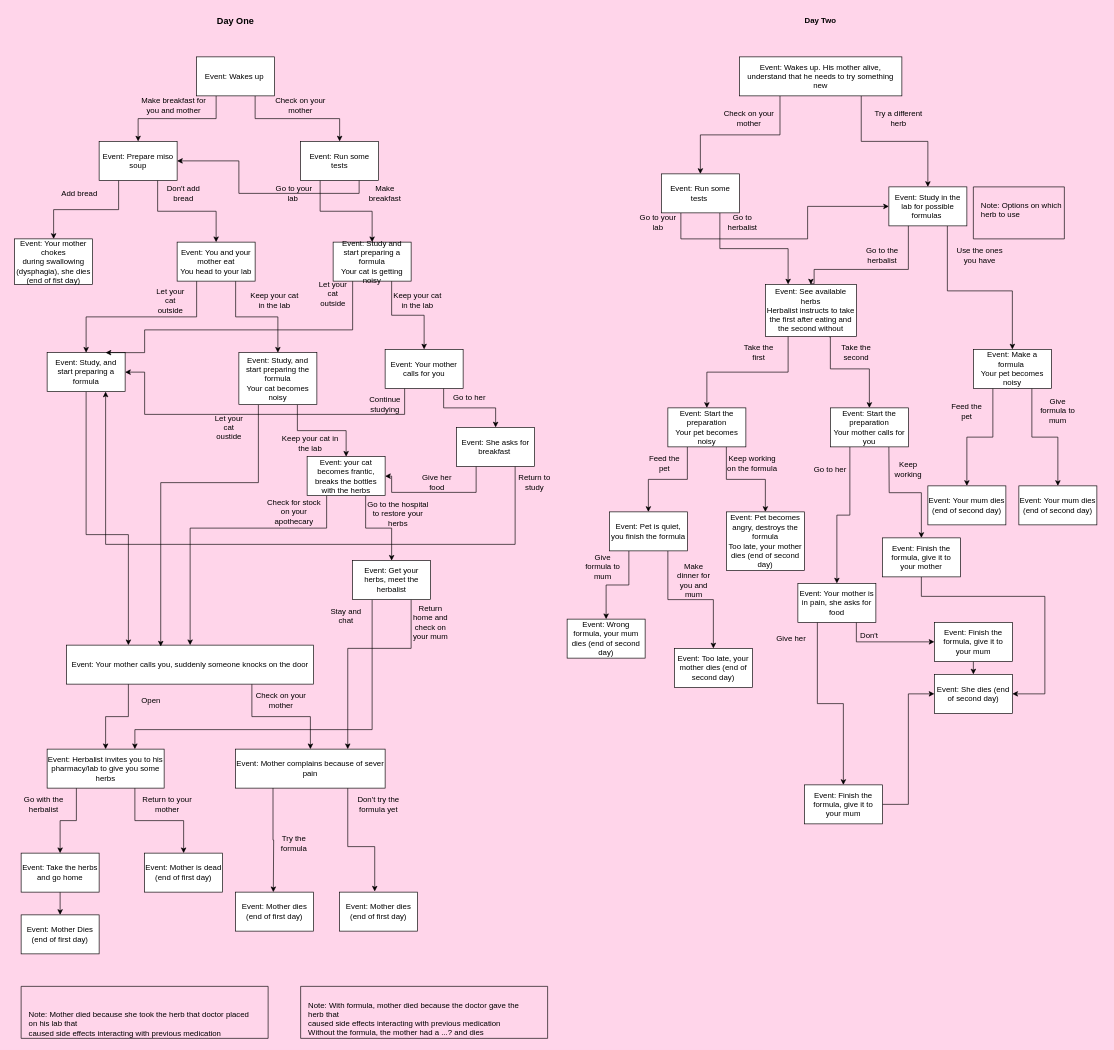
Before: definitionofinsanity.drawio in danae-pan/DefinitionOfInsanity, a draw.io diagram. Source tidied: cells renumbered, new cells numbered last; positions are measured from the earlier drawing's top-left corner, leaving out a move shared by most shapes. Both pictures are drawn from the tidied source at 65%, with x=0, y=0 at pixel (14, 11).
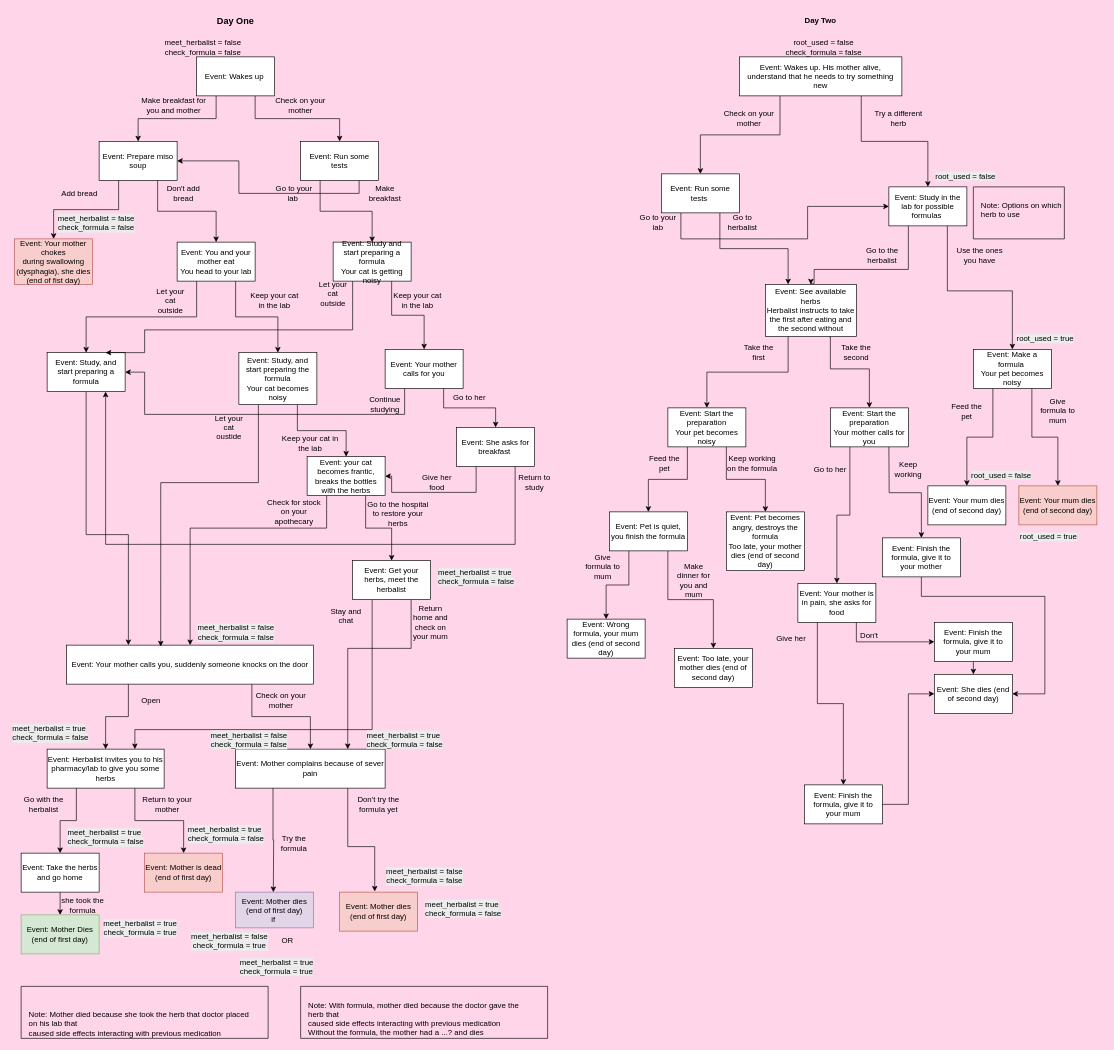
Above is the later version.

Diff of the diagram source:
```diff
@@
-    <mxCell id="16" value="Event: Mother Dies (end of first day)" style="rounded=0;whiteSpace=wrap;html=1;" parent="1" vertex="1">
+    <mxCell id="16" value="Event: Mother Dies (end of first day)" style="rounded=0;whiteSpace=wrap;html=1;fillColor=#d5e8d4;strokeColor=#82b366;" parent="1" vertex="1">
       <mxGeometry x="10" y="1390" width="120" height="60" as="geometry" />
     </mxCell>
-    <mxCell id="17" value="Event: Mother is dead (end of first day)" style="rounded=0;whiteSpace=wrap;html=1;" parent="1" vertex="1">
+    <mxCell id="17" value="Event: Mother is dead (end of first day)" style="rounded=0;whiteSpace=wrap;html=1;fillColor=#f8cecc;strokeColor=#b85450;" parent="1" vertex="1">
       <mxGeometry x="200" y="1295" width="120" height="60" as="geometry" />
     </mxCell>
@@
-    <mxCell id="20" value="Event: Mother dies (end of first day)" style="rounded=0;whiteSpace=wrap;html=1;" parent="1" vertex="1">
-      <mxGeometry x="340" y="1355" width="120" height="60" as="geometry" />
+    <mxCell id="20" value="Event: Mother dies (end of first day)&lt;br&gt;if&amp;nbsp;" style="rounded=0;whiteSpace=wrap;html=1;fillColor=#e1d5e7;strokeColor=#9673a6;" parent="1" vertex="1">
+      <mxGeometry x="340" y="1355" width="120" height="55" as="geometry" />
     </mxCell>
@@
-    <mxCell id="24" value="Event: Mother dies (end of first day)" style="rounded=0;whiteSpace=wrap;html=1;" parent="1" vertex="1">
+    <mxCell id="24" value="Event: Mother dies (end of first day)" style="rounded=0;whiteSpace=wrap;html=1;fillColor=#f8cecc;strokeColor=#b85450;" parent="1" vertex="1">
       <mxGeometry x="500" y="1355" width="120" height="60" as="geometry" />
     </mxCell>
@@
-    <mxCell id="58" value="Event: Your mum dies (end of second day)" style="rounded=0;whiteSpace=wrap;html=1;" parent="1" vertex="1">
+    <mxCell id="58" value="Event: Your mum dies (end of second day)" style="rounded=0;whiteSpace=wrap;html=1;fillColor=#f8cecc;strokeColor=#b85450;" parent="1" vertex="1">
       <mxGeometry x="1545" y="730" width="120" height="60" as="geometry" />
     </mxCell>
@@
-    <mxCell id="101" value="Event: Your mother chokes during&amp;nbsp;swallowing (dysphagia), she dies (end of fist day)" style="rounded=0;whiteSpace=wrap;html=1;" parent="1" vertex="1">
+    <mxCell id="101" value="Event: Your mother chokes during&amp;nbsp;swallowing (dysphagia), she dies (end of fist day)" style="rounded=0;whiteSpace=wrap;html=1;fillColor=#f8cecc;strokeColor=#b85450;" parent="1" vertex="1">
       <mxGeometry y="350" width="120" height="70" as="geometry" />
     </mxCell>
@@
+    <mxCell id="141" value="meet_herbalist = false&lt;div&gt;check_formula = false&lt;/div&gt;" style="text;html=1;whiteSpace=wrap;strokeColor=none;fillColor=none;align=center;verticalAlign=middle;rounded=0;" parent="1" vertex="1">
+      <mxGeometry x="230" y="40" width="120" height="30" as="geometry" />
+    </mxCell>
+    <mxCell id="142" value="&lt;span style=&quot;color: rgb(0, 0, 0); font-family: Helvetica; font-size: 12px; font-style: normal; font-variant-ligatures: normal; font-variant-caps: normal; font-weight: 400; letter-spacing: normal; orphans: 2; text-align: center; text-indent: 0px; text-transform: none; widows: 2; word-spacing: 0px; -webkit-text-stroke-width: 0px; white-space: normal; background-color: rgb(236, 236, 236); text-decoration-thickness: initial; text-decoration-style: initial; text-decoration-color: initial; display: inline !important; float: none;&quot;&gt;meet_herbalist = false&lt;/span&gt;&lt;div style=&quot;forced-color-adjust: none; color: rgb(0, 0, 0); font-family: Helvetica; font-size: 12px; font-style: normal; font-variant-ligatures: normal; font-variant-caps: normal; font-weight: 400; letter-spacing: normal; orphans: 2; text-align: center; text-indent: 0px; text-transform: none; widows: 2; word-spacing: 0px; -webkit-text-stroke-width: 0px; white-space: normal; background-color: rgb(236, 236, 236); text-decoration-thickness: initial; text-decoration-style: initial; text-decoration-color: initial;&quot;&gt;check_formula = false&lt;/div&gt;" style="text;whiteSpace=wrap;html=1;" parent="1" vertex="1">
+      <mxGeometry x="65" y="305" width="150" height="50" as="geometry" />
+    </mxCell>
+    <mxCell id="143" value="&lt;span style=&quot;color: rgb(0, 0, 0); font-family: Helvetica; font-size: 12px; font-style: normal; font-variant-ligatures: normal; font-variant-caps: normal; font-weight: 400; letter-spacing: normal; orphans: 2; text-align: center; text-indent: 0px; text-transform: none; widows: 2; word-spacing: 0px; -webkit-text-stroke-width: 0px; white-space: normal; background-color: rgb(236, 236, 236); text-decoration-thickness: initial; text-decoration-style: initial; text-decoration-color: initial; display: inline !important; float: none;&quot;&gt;meet_herbalist = false&lt;/span&gt;&lt;div style=&quot;forced-color-adjust: none; color: rgb(0, 0, 0); font-family: Helvetica; font-size: 12px; font-style: normal; font-variant-ligatures: normal; font-variant-caps: normal; font-weight: 400; letter-spacing: normal; orphans: 2; text-align: center; text-indent: 0px; text-transform: none; widows: 2; word-spacing: 0px; -webkit-text-stroke-width: 0px; white-space: normal; background-color: rgb(236, 236, 236); text-decoration-thickness: initial; text-decoration-style: initial; text-decoration-color: initial;&quot;&gt;check_formula = false&lt;/div&gt;" style="text;whiteSpace=wrap;html=1;" parent="1" vertex="1">
+      <mxGeometry x="280" y="935" width="150" height="50" as="geometry" />
+    </mxCell>
+    <mxCell id="144" value="&lt;span style=&quot;color: rgb(0, 0, 0); font-family: Helvetica; font-size: 12px; font-style: normal; font-variant-ligatures: normal; font-variant-caps: normal; font-weight: 400; letter-spacing: normal; orphans: 2; text-align: center; text-indent: 0px; text-transform: none; widows: 2; word-spacing: 0px; -webkit-text-stroke-width: 0px; white-space: normal; background-color: rgb(236, 236, 236); text-decoration-thickness: initial; text-decoration-style: initial; text-decoration-color: initial; float: none; display: inline !important;&quot;&gt;meet_herbalist = true&lt;/span&gt;&lt;div style=&quot;forced-color-adjust: none; color: rgb(0, 0, 0); font-family: Helvetica; font-size: 12px; font-style: normal; font-variant-ligatures: normal; font-variant-caps: normal; font-weight: 400; letter-spacing: normal; orphans: 2; text-align: center; text-indent: 0px; text-transform: none; widows: 2; word-spacing: 0px; -webkit-text-stroke-width: 0px; white-space: normal; background-color: rgb(236, 236, 236); text-decoration-thickness: initial; text-decoration-style: initial; text-decoration-color: initial;&quot;&gt;check_formula = false&lt;/div&gt;" style="text;whiteSpace=wrap;html=1;" parent="1" vertex="1">
+      <mxGeometry x="-5" y="1090" width="150" height="50" as="geometry" />
+    </mxCell>
+    <mxCell id="145" value="&lt;span style=&quot;color: rgb(0, 0, 0); font-family: Helvetica; font-size: 12px; font-style: normal; font-variant-ligatures: normal; font-variant-caps: normal; font-weight: 400; letter-spacing: normal; orphans: 2; text-align: center; text-indent: 0px; text-transform: none; widows: 2; word-spacing: 0px; -webkit-text-stroke-width: 0px; white-space: normal; background-color: rgb(236, 236, 236); text-decoration-thickness: initial; text-decoration-style: initial; text-decoration-color: initial; float: none; display: inline !important;&quot;&gt;meet_herbalist = true &lt;/span&gt;&lt;span style=&quot;background-color: light-dark(rgb(236, 236, 236), rgb(34, 34, 34)); color: light-dark(rgb(0, 0, 0), rgb(237, 237, 237)); text-align: center;&quot;&gt;check_formula = false&lt;/span&gt;" style="text;whiteSpace=wrap;html=1;" parent="1" vertex="1">
+      <mxGeometry x="650" y="850" width="150" height="50" as="geometry" />
+    </mxCell>
+    <mxCell id="146" value="&lt;span style=&quot;color: rgb(0, 0, 0); font-family: Helvetica; font-size: 12px; font-style: normal; font-variant-ligatures: normal; font-variant-caps: normal; font-weight: 400; letter-spacing: normal; orphans: 2; text-align: center; text-indent: 0px; text-transform: none; widows: 2; word-spacing: 0px; -webkit-text-stroke-width: 0px; white-space: normal; background-color: rgb(236, 236, 236); text-decoration-thickness: initial; text-decoration-style: initial; text-decoration-color: initial; float: none; display: inline !important;&quot;&gt;meet_herbalist = true&lt;/span&gt;&lt;div style=&quot;forced-color-adjust: none; color: rgb(0, 0, 0); font-family: Helvetica; font-size: 12px; font-style: normal; font-variant-ligatures: normal; font-variant-caps: normal; font-weight: 400; letter-spacing: normal; orphans: 2; text-align: center; text-indent: 0px; text-transform: none; widows: 2; word-spacing: 0px; -webkit-text-stroke-width: 0px; white-space: normal; background-color: rgb(236, 236, 236); text-decoration-thickness: initial; text-decoration-style: initial; text-decoration-color: initial;&quot;&gt;check_formula = false&lt;/div&gt;" style="text;whiteSpace=wrap;html=1;" parent="1" vertex="1">
+      <mxGeometry x="80" y="1250" width="150" height="50" as="geometry" />
+    </mxCell>
+    <mxCell id="147" value="she took the formula" style="text;html=1;whiteSpace=wrap;strokeColor=none;fillColor=none;align=center;verticalAlign=middle;rounded=0;" parent="1" vertex="1">
+      <mxGeometry x="50" y="1360" width="110" height="30" as="geometry" />
+    </mxCell>
+    <mxCell id="148" value="&lt;span style=&quot;color: rgb(0, 0, 0); font-family: Helvetica; font-size: 12px; font-style: normal; font-variant-ligatures: normal; font-variant-caps: normal; font-weight: 400; letter-spacing: normal; orphans: 2; text-align: center; text-indent: 0px; text-transform: none; widows: 2; word-spacing: 0px; -webkit-text-stroke-width: 0px; white-space: normal; background-color: rgb(236, 236, 236); text-decoration-thickness: initial; text-decoration-style: initial; text-decoration-color: initial; float: none; display: inline !important;&quot;&gt;meet_herbalist = true&lt;/span&gt;&lt;div style=&quot;forced-color-adjust: none; color: rgb(0, 0, 0); font-family: Helvetica; font-size: 12px; font-style: normal; font-variant-ligatures: normal; font-variant-caps: normal; font-weight: 400; letter-spacing: normal; orphans: 2; text-align: center; text-indent: 0px; text-transform: none; widows: 2; word-spacing: 0px; -webkit-text-stroke-width: 0px; white-space: normal; background-color: rgb(236, 236, 236); text-decoration-thickness: initial; text-decoration-style: initial; text-decoration-color: initial;&quot;&gt;check_formula = true&lt;/div&gt;" style="text;whiteSpace=wrap;html=1;" parent="1" vertex="1">
+      <mxGeometry x="135" y="1390" width="150" height="45" as="geometry" />
+    </mxCell>
+    <mxCell id="149" value="&lt;span style=&quot;color: rgb(0, 0, 0); font-family: Helvetica; font-size: 12px; font-style: normal; font-variant-ligatures: normal; font-variant-caps: normal; font-weight: 400; letter-spacing: normal; orphans: 2; text-align: center; text-indent: 0px; text-transform: none; widows: 2; word-spacing: 0px; -webkit-text-stroke-width: 0px; white-space: normal; background-color: rgb(236, 236, 236); text-decoration-thickness: initial; text-decoration-style: initial; text-decoration-color: initial; float: none; display: inline !important;&quot;&gt;meet_herbalist = true&lt;/span&gt;&lt;div style=&quot;forced-color-adjust: none; color: rgb(0, 0, 0); font-family: Helvetica; font-size: 12px; font-style: normal; font-variant-ligatures: normal; font-variant-caps: normal; font-weight: 400; letter-spacing: normal; orphans: 2; text-align: center; text-indent: 0px; text-transform: none; widows: 2; word-spacing: 0px; -webkit-text-stroke-width: 0px; white-space: normal; background-color: rgb(236, 236, 236); text-decoration-thickness: initial; text-decoration-style: initial; text-decoration-color: initial;&quot;&gt;check_formula = false&lt;/div&gt;" style="text;whiteSpace=wrap;html=1;" parent="1" vertex="1">
+      <mxGeometry x="265" y="1245" width="150" height="50" as="geometry" />
+    </mxCell>
+    <mxCell id="150" value="&lt;span style=&quot;color: rgb(0, 0, 0); font-family: Helvetica; font-size: 12px; font-style: normal; font-variant-ligatures: normal; font-variant-caps: normal; font-weight: 400; letter-spacing: normal; orphans: 2; text-align: center; text-indent: 0px; text-transform: none; widows: 2; word-spacing: 0px; -webkit-text-stroke-width: 0px; white-space: normal; background-color: rgb(236, 236, 236); text-decoration-thickness: initial; text-decoration-style: initial; text-decoration-color: initial; float: none; display: inline !important;&quot;&gt;meet_herbalist = false&lt;/span&gt;&lt;div style=&quot;forced-color-adjust: none; color: rgb(0, 0, 0); font-family: Helvetica; font-size: 12px; font-style: normal; font-variant-ligatures: normal; font-variant-caps: normal; font-weight: 400; letter-spacing: normal; orphans: 2; text-align: center; text-indent: 0px; text-transform: none; widows: 2; word-spacing: 0px; -webkit-text-stroke-width: 0px; white-space: normal; background-color: rgb(236, 236, 236); text-decoration-thickness: initial; text-decoration-style: initial; text-decoration-color: initial;&quot;&gt;check_formula = false&lt;/div&gt;" style="text;whiteSpace=wrap;html=1;" parent="1" vertex="1">
+      <mxGeometry x="300" y="1100" width="150" height="50" as="geometry" />
+    </mxCell>
+    <mxCell id="151" value="&lt;span style=&quot;color: rgb(0, 0, 0); font-family: Helvetica; font-size: 12px; font-style: normal; font-variant-ligatures: normal; font-variant-caps: normal; font-weight: 400; letter-spacing: normal; orphans: 2; text-align: center; text-indent: 0px; text-transform: none; widows: 2; word-spacing: 0px; -webkit-text-stroke-width: 0px; white-space: normal; background-color: rgb(236, 236, 236); text-decoration-thickness: initial; text-decoration-style: initial; text-decoration-color: initial; float: none; display: inline !important;&quot;&gt;meet_herbalist = true &lt;/span&gt;&lt;span style=&quot;background-color: light-dark(rgb(236, 236, 236), rgb(34, 34, 34)); color: light-dark(rgb(0, 0, 0), rgb(237, 237, 237)); text-align: center;&quot;&gt;check_formula = false&lt;/span&gt;" style="text;whiteSpace=wrap;html=1;" parent="1" vertex="1">
+      <mxGeometry x="540" y="1100" width="150" height="50" as="geometry" />
+    </mxCell>
+    <mxCell id="152" value="&lt;span style=&quot;color: rgb(0, 0, 0); font-family: Helvetica; font-size: 12px; font-style: normal; font-variant-ligatures: normal; font-variant-caps: normal; font-weight: 400; letter-spacing: normal; orphans: 2; text-align: center; text-indent: 0px; text-transform: none; widows: 2; word-spacing: 0px; -webkit-text-stroke-width: 0px; white-space: normal; background-color: rgb(236, 236, 236); text-decoration-thickness: initial; text-decoration-style: initial; text-decoration-color: initial; float: none; display: inline !important;&quot;&gt;meet_herbalist = false&lt;/span&gt;&lt;div style=&quot;forced-color-adjust: none; color: rgb(0, 0, 0); font-family: Helvetica; font-size: 12px; font-style: normal; font-variant-ligatures: normal; font-variant-caps: normal; font-weight: 400; letter-spacing: normal; orphans: 2; text-align: center; text-indent: 0px; text-transform: none; widows: 2; word-spacing: 0px; -webkit-text-stroke-width: 0px; white-space: normal; background-color: rgb(236, 236, 236); text-decoration-thickness: initial; text-decoration-style: initial; text-decoration-color: initial;&quot;&gt;check_formula = true&lt;/div&gt;" style="text;whiteSpace=wrap;html=1;" parent="1" vertex="1">
+      <mxGeometry x="270" y="1410" width="150" height="50" as="geometry" />
+    </mxCell>
+    <mxCell id="153" value="&lt;span style=&quot;color: rgb(0, 0, 0); font-family: Helvetica; font-size: 12px; font-style: normal; font-variant-ligatures: normal; font-variant-caps: normal; font-weight: 400; letter-spacing: normal; orphans: 2; text-align: center; text-indent: 0px; text-transform: none; widows: 2; word-spacing: 0px; -webkit-text-stroke-width: 0px; white-space: normal; background-color: rgb(236, 236, 236); text-decoration-thickness: initial; text-decoration-style: initial; text-decoration-color: initial; float: none; display: inline !important;&quot;&gt;meet_herbalist = true &lt;/span&gt;&lt;span style=&quot;background-color: light-dark(rgb(236, 236, 236), rgb(34, 34, 34)); color: light-dark(rgb(0, 0, 0), rgb(237, 237, 237)); text-align: center;&quot;&gt;check_formula = true&lt;/span&gt;" style="text;whiteSpace=wrap;html=1;" parent="1" vertex="1">
+      <mxGeometry x="345" y="1450" width="150" height="50" as="geometry" />
+    </mxCell>
+    <mxCell id="154" value="OR" style="text;html=1;whiteSpace=wrap;strokeColor=none;fillColor=none;align=center;verticalAlign=middle;rounded=0;" parent="1" vertex="1">
+      <mxGeometry x="390" y="1415" width="60" height="30" as="geometry" />
+    </mxCell>
+    <mxCell id="155" value="&lt;span style=&quot;color: rgb(0, 0, 0); font-family: Helvetica; font-size: 12px; font-style: normal; font-variant-ligatures: normal; font-variant-caps: normal; font-weight: 400; letter-spacing: normal; orphans: 2; text-align: center; text-indent: 0px; text-transform: none; widows: 2; word-spacing: 0px; -webkit-text-stroke-width: 0px; white-space: normal; background-color: rgb(236, 236, 236); text-decoration-thickness: initial; text-decoration-style: initial; text-decoration-color: initial; float: none; display: inline !important;&quot;&gt;meet_herbalist = false&lt;/span&gt;&lt;div style=&quot;forced-color-adjust: none; color: rgb(0, 0, 0); font-family: Helvetica; font-size: 12px; font-style: normal; font-variant-ligatures: normal; font-variant-caps: normal; font-weight: 400; letter-spacing: normal; orphans: 2; text-align: center; text-indent: 0px; text-transform: none; widows: 2; word-spacing: 0px; -webkit-text-stroke-width: 0px; white-space: normal; background-color: rgb(236, 236, 236); text-decoration-thickness: initial; text-decoration-style: initial; text-decoration-color: initial;&quot;&gt;check_formula = false&lt;/div&gt;" style="text;whiteSpace=wrap;html=1;" parent="1" vertex="1">
+      <mxGeometry x="570" y="1310" width="150" height="50" as="geometry" />
+    </mxCell>
+    <mxCell id="156" value="&lt;span style=&quot;color: rgb(0, 0, 0); font-family: Helvetica; font-size: 12px; font-style: normal; font-variant-ligatures: normal; font-variant-caps: normal; font-weight: 400; letter-spacing: normal; orphans: 2; text-align: center; text-indent: 0px; text-transform: none; widows: 2; word-spacing: 0px; -webkit-text-stroke-width: 0px; white-space: normal; background-color: rgb(236, 236, 236); text-decoration-thickness: initial; text-decoration-style: initial; text-decoration-color: initial; float: none; display: inline !important;&quot;&gt;meet_herbalist = true &lt;/span&gt;&lt;span style=&quot;background-color: light-dark(rgb(236, 236, 236), rgb(34, 34, 34)); color: light-dark(rgb(0, 0, 0), rgb(237, 237, 237)); text-align: center;&quot;&gt;check_formula = false&lt;/span&gt;" style="text;whiteSpace=wrap;html=1;" parent="1" vertex="1">
+      <mxGeometry x="630" y="1360" width="150" height="50" as="geometry" />
+    </mxCell>
+    <mxCell id="157" value="&lt;div&gt;root_used = false&lt;/div&gt;check_formula = false" style="text;html=1;whiteSpace=wrap;strokeColor=none;fillColor=none;align=center;verticalAlign=middle;rounded=0;" parent="1" vertex="1">
+      <mxGeometry x="1180" y="40" width="130" height="30" as="geometry" />
+    </mxCell>
+    <mxCell id="158" value="&lt;span style=&quot;color: rgb(0, 0, 0); font-family: Helvetica; font-size: 12px; font-style: normal; font-variant-ligatures: normal; font-variant-caps: normal; font-weight: 400; letter-spacing: normal; orphans: 2; text-align: center; text-indent: 0px; text-transform: none; widows: 2; word-spacing: 0px; -webkit-text-stroke-width: 0px; white-space: normal; background-color: rgb(236, 236, 236); text-decoration-thickness: initial; text-decoration-style: initial; text-decoration-color: initial; float: none; display: inline !important;&quot;&gt;root_used = false&lt;/span&gt;" style="text;whiteSpace=wrap;html=1;" parent="1" vertex="1">
+      <mxGeometry x="1415" y="240" width="130" height="40" as="geometry" />
+    </mxCell>
+    <mxCell id="159" value="&lt;span style=&quot;color: rgb(0, 0, 0); font-family: Helvetica; font-size: 12px; font-style: normal; font-variant-ligatures: normal; font-variant-caps: normal; font-weight: 400; letter-spacing: normal; orphans: 2; text-align: center; text-indent: 0px; text-transform: none; widows: 2; word-spacing: 0px; -webkit-text-stroke-width: 0px; white-space: normal; background-color: rgb(236, 236, 236); text-decoration-thickness: initial; text-decoration-style: initial; text-decoration-color: initial; float: none; display: inline !important;&quot;&gt;root_used = true&lt;/span&gt;" style="text;whiteSpace=wrap;html=1;" parent="1" vertex="1">
+      <mxGeometry x="1540" y="490" width="130" height="40" as="geometry" />
+    </mxCell>
+    <mxCell id="160" value="&lt;span style=&quot;color: rgb(0, 0, 0); font-family: Helvetica; font-size: 12px; font-style: normal; font-variant-ligatures: normal; font-variant-caps: normal; font-weight: 400; letter-spacing: normal; orphans: 2; text-align: center; text-indent: 0px; text-transform: none; widows: 2; word-spacing: 0px; -webkit-text-stroke-width: 0px; white-space: normal; background-color: rgb(236, 236, 236); text-decoration-thickness: initial; text-decoration-style: initial; text-decoration-color: initial; float: none; display: inline !important;&quot;&gt;root_used = false&lt;/span&gt;" style="text;whiteSpace=wrap;html=1;" parent="1" vertex="1">
+      <mxGeometry x="1470" y="700" width="130" height="40" as="geometry" />
+    </mxCell>
+    <mxCell id="161" value="&lt;span style=&quot;color: rgb(0, 0, 0); font-family: Helvetica; font-size: 12px; font-style: normal; font-variant-ligatures: normal; font-variant-caps: normal; font-weight: 400; letter-spacing: normal; orphans: 2; text-align: center; text-indent: 0px; text-transform: none; widows: 2; word-spacing: 0px; -webkit-text-stroke-width: 0px; white-space: normal; background-color: rgb(236, 236, 236); text-decoration-thickness: initial; text-decoration-style: initial; text-decoration-color: initial; float: none; display: inline !important;&quot;&gt;root_used = true&lt;/span&gt;" style="text;whiteSpace=wrap;html=1;" parent="1" vertex="1">
+      <mxGeometry x="1545" y="795" width="130" height="40" as="geometry" />
+    </mxCell>
```
